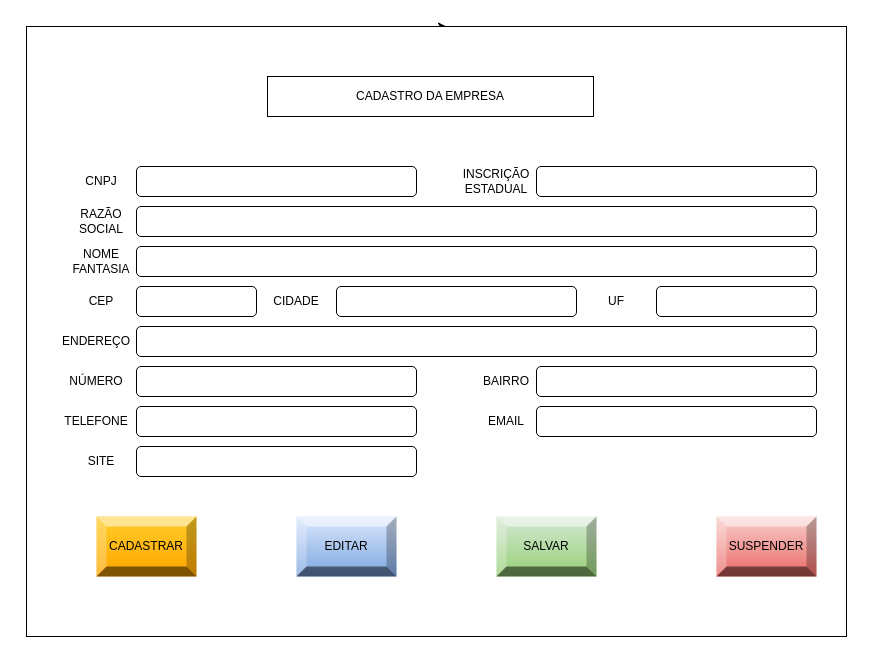
Earlier version of the draw.io diagram Aula 24.04.2023 - Cadastro Empresa.drawio (MarinhoDevTi/EngenhariaDeSoftware). Source tidied: cells renumbered, new cells numbered last; positions are measured from the earlier drawing's top-left corner, leaving out a move shared by most shapes. Both pictures are drawn from the tidied source at 100%, with x=0, y=0 at pixel (26, 26).
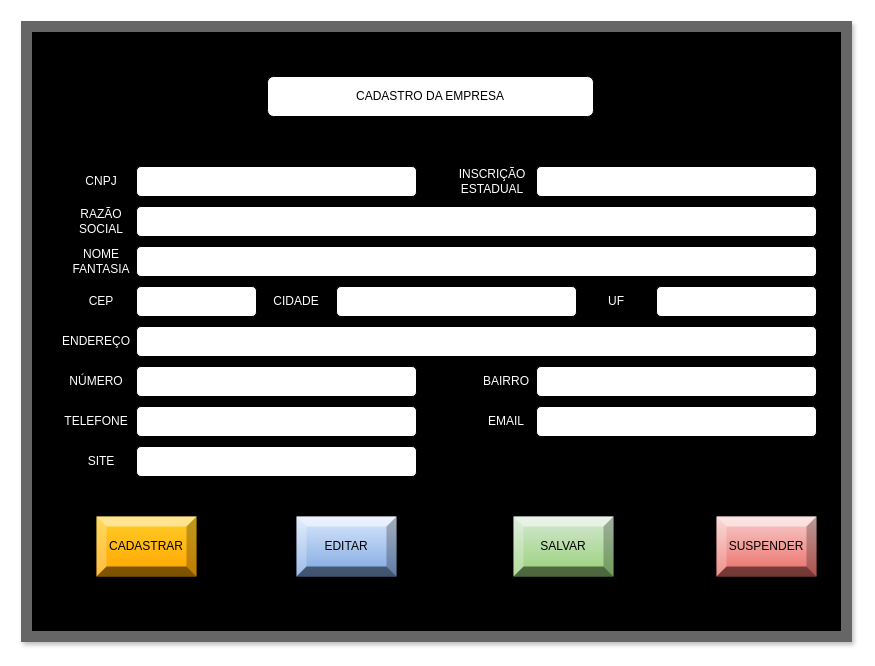
After the change.

Change to the diagram source:
```diff
@@
-    <mxCell id="3" style="rounded=0;whiteSpace=wrap;html=1;" parent="1" vertex="1">
+    <mxCell id="3" style="rounded=0;whiteSpace=wrap;html=1;fillColor=#00000;fontColor=#333333;strokeColor=#666666;glass=0;shadow=1;strokeWidth=11;gradientColor=default;" parent="1" vertex="1">
       <mxGeometry width="820" height="610" as="geometry" />
     </mxCell>
-    <mxCell id="4" value="CADASTRO DA EMPRESA" style="rounded=0;whiteSpace=wrap;html=1;" parent="1" vertex="1">
+    <mxCell id="4" value="CADASTRO DA EMPRESA" style="rounded=1;whiteSpace=wrap;html=1;" parent="1" vertex="1">
       <mxGeometry x="241" y="50" width="326" height="40" as="geometry" />
     </mxCell>
@@
-    <mxCell id="6" value="CNPJ" style="text;html=1;strokeColor=none;fillColor=none;align=center;verticalAlign=middle;whiteSpace=wrap;rounded=0;" parent="1" vertex="1">
+    <mxCell id="6" value="CNPJ" style="text;html=1;align=center;verticalAlign=middle;whiteSpace=wrap;rounded=0;strokeWidth=30;fontColor=#FFFFFF;" parent="1" vertex="1">
       <mxGeometry x="30" y="125" width="90" height="60" as="geometry" />
     </mxCell>
@@
-    <mxCell id="8" value="INSCRIÇÃO ESTADUAL" style="text;html=1;strokeColor=none;fillColor=none;align=center;verticalAlign=middle;whiteSpace=wrap;rounded=0;" parent="1" vertex="1">
-      <mxGeometry x="440" y="140" width="60" height="30" as="geometry" />
+    <mxCell id="8" value="INSCRIÇÃO ESTADUAL" style="text;html=1;strokeColor=none;fillColor=none;align=center;verticalAlign=middle;whiteSpace=wrap;rounded=0;strokeWidth=30;fontColor=#FFFFFF;" parent="1" vertex="1">
+      <mxGeometry x="436" y="140" width="60" height="30" as="geometry" />
     </mxCell>
@@
-    <mxCell id="10" value="RAZÃO SOCIAL" style="text;html=1;strokeColor=none;fillColor=none;align=center;verticalAlign=middle;whiteSpace=wrap;rounded=0;" parent="1" vertex="1">
+    <mxCell id="10" value="RAZÃO SOCIAL" style="text;html=1;strokeColor=none;fillColor=none;align=center;verticalAlign=middle;whiteSpace=wrap;rounded=0;fontColor=#FFFFFF;" parent="1" vertex="1">
       <mxGeometry x="45" y="180" width="60" height="30" as="geometry" />
     </mxCell>
@@
-    <mxCell id="12" value="NOME FANTASIA" style="text;html=1;strokeColor=none;fillColor=none;align=center;verticalAlign=middle;whiteSpace=wrap;rounded=0;" parent="1" vertex="1">
+    <mxCell id="12" value="NOME FANTASIA" style="text;html=1;strokeColor=none;fillColor=none;align=center;verticalAlign=middle;whiteSpace=wrap;rounded=0;fontColor=#FFFFFF;" parent="1" vertex="1">
       <mxGeometry x="45" y="220" width="60" height="30" as="geometry" />
     </mxCell>
-    <mxCell id="13" value="CEP" style="text;html=1;strokeColor=none;fillColor=none;align=center;verticalAlign=middle;whiteSpace=wrap;rounded=0;" parent="1" vertex="1">
+    <mxCell id="13" value="CEP" style="text;html=1;strokeColor=none;fillColor=none;align=center;verticalAlign=middle;whiteSpace=wrap;rounded=0;fontColor=#FFFFFF;" parent="1" vertex="1">
       <mxGeometry x="45" y="260" width="60" height="30" as="geometry" />
     </mxCell>
@@
-    <mxCell id="15" value="CIDADE" style="text;html=1;strokeColor=none;fillColor=none;align=center;verticalAlign=middle;whiteSpace=wrap;rounded=0;" parent="1" vertex="1">
+    <mxCell id="15" value="CIDADE" style="text;html=1;strokeColor=none;fillColor=none;align=center;verticalAlign=middle;whiteSpace=wrap;rounded=0;fontColor=#FFFFFF;" parent="1" vertex="1">
       <mxGeometry x="240" y="260" width="60" height="30" as="geometry" />
     </mxCell>
@@
-    <mxCell id="17" value="UF" style="text;html=1;strokeColor=none;fillColor=none;align=center;verticalAlign=middle;whiteSpace=wrap;rounded=0;" parent="1" vertex="1">
+    <mxCell id="17" value="UF" style="text;html=1;strokeColor=none;fillColor=none;align=center;verticalAlign=middle;whiteSpace=wrap;rounded=0;fontColor=#FFFFFF;" parent="1" vertex="1">
       <mxGeometry x="560" y="260" width="60" height="30" as="geometry" />
     </mxCell>
@@
-    <mxCell id="20" value="ENDEREÇO" style="text;html=1;strokeColor=none;fillColor=none;align=center;verticalAlign=middle;whiteSpace=wrap;rounded=0;" parent="1" vertex="1">
+    <mxCell id="20" value="ENDEREÇO" style="text;html=1;strokeColor=none;fillColor=none;align=center;verticalAlign=middle;whiteSpace=wrap;rounded=0;fontColor=#FFFFFF;" parent="1" vertex="1">
       <mxGeometry x="40" y="300" width="60" height="30" as="geometry" />
     </mxCell>
@@
-    <mxCell id="22" value="NÚMERO" style="text;html=1;strokeColor=none;fillColor=none;align=center;verticalAlign=middle;whiteSpace=wrap;rounded=0;" parent="1" vertex="1">
+    <mxCell id="22" value="NÚMERO" style="text;html=1;strokeColor=none;fillColor=none;align=center;verticalAlign=middle;whiteSpace=wrap;rounded=0;fontColor=#FFFFFF;" parent="1" vertex="1">
       <mxGeometry x="40" y="340" width="60" height="30" as="geometry" />
     </mxCell>
@@
-    <mxCell id="24" value="BAIRRO" style="text;html=1;strokeColor=none;fillColor=none;align=center;verticalAlign=middle;whiteSpace=wrap;rounded=0;" parent="1" vertex="1">
+    <mxCell id="24" value="BAIRRO" style="text;html=1;strokeColor=none;fillColor=none;align=center;verticalAlign=middle;whiteSpace=wrap;rounded=0;fontColor=#FFFFFF;" parent="1" vertex="1">
       <mxGeometry x="450" y="340" width="60" height="30" as="geometry" />
     </mxCell>
@@
-    <mxCell id="28" value="TELEFONE" style="text;html=1;strokeColor=none;fillColor=none;align=center;verticalAlign=middle;whiteSpace=wrap;rounded=0;" parent="1" vertex="1">
+    <mxCell id="28" value="TELEFONE" style="text;html=1;strokeColor=none;fillColor=none;align=center;verticalAlign=middle;whiteSpace=wrap;rounded=0;fontColor=#FFFFFF;" parent="1" vertex="1">
       <mxGeometry x="40" y="380" width="60" height="30" as="geometry" />
     </mxCell>
-    <mxCell id="29" value="SITE" style="text;html=1;strokeColor=none;fillColor=none;align=center;verticalAlign=middle;whiteSpace=wrap;rounded=0;" parent="1" vertex="1">
+    <mxCell id="29" value="SITE" style="text;html=1;strokeColor=none;fillColor=none;align=center;verticalAlign=middle;whiteSpace=wrap;rounded=0;fontColor=#FFFFFF;" parent="1" vertex="1">
       <mxGeometry x="45" y="420" width="60" height="30" as="geometry" />
     </mxCell>
-    <mxCell id="30" value="EMAIL" style="text;html=1;strokeColor=none;fillColor=none;align=center;verticalAlign=middle;whiteSpace=wrap;rounded=0;" parent="1" vertex="1">
+    <mxCell id="30" value="EMAIL" style="text;html=1;strokeColor=none;fillColor=none;align=center;verticalAlign=middle;whiteSpace=wrap;rounded=0;fontColor=#FFFFFF;" parent="1" vertex="1">
       <mxGeometry x="450" y="380" width="60" height="30" as="geometry" />
     </mxCell>
@@
     <mxCell id="34" value="SALVAR" style="labelPosition=center;verticalLabelPosition=middle;align=center;html=1;shape=mxgraph.basic.shaded_button;dx=10;fillColor=#d5e8d4;strokeColor=#82b366;whiteSpace=wrap;gradientColor=#97d077;" parent="1" vertex="1">
-      <mxGeometry x="470" y="490" width="100" height="60" as="geometry" />
+      <mxGeometry x="487" y="490" width="100" height="60" as="geometry" />
     </mxCell>
```
